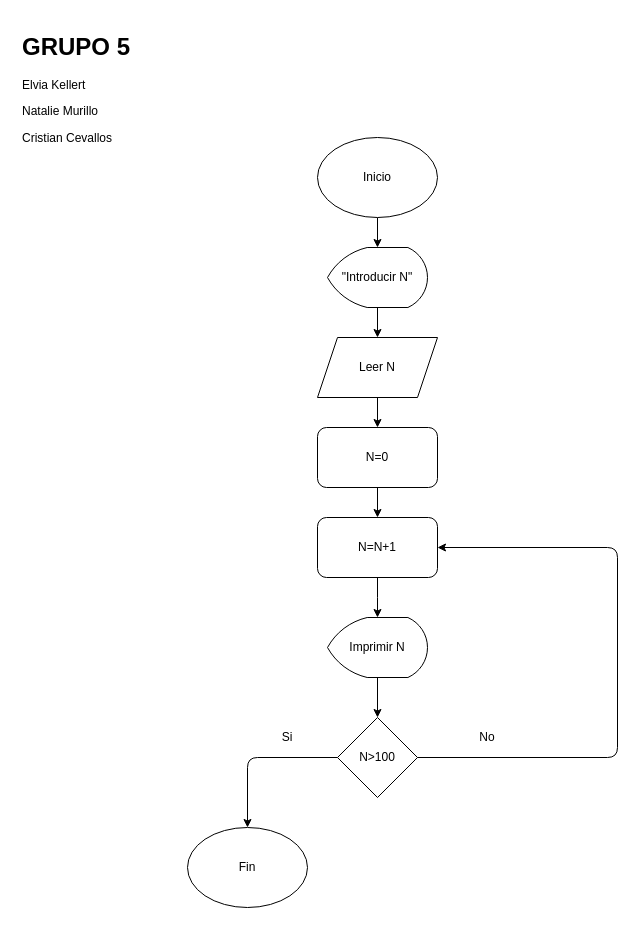
Before: DFGRUPO5.drawio in nataliemurilloa/Diagramadeflujo, a draw.io diagram. Source tidied: cells renumbered, new cells numbered last; positions are measured from the earlier drawing's top-left corner, leaving out a move shared by most shapes. Both pictures are drawn from the tidied source at 100%, with x=0, y=0 at pixel (17, 27).
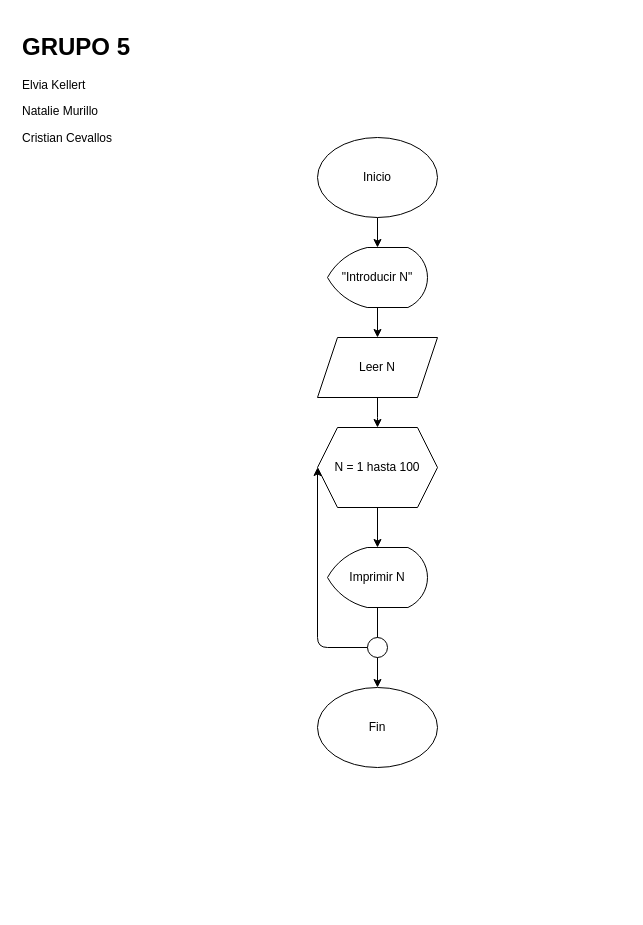
The same diagram, later.

The change refers to these unchanged cells:
```xml
<mxCell id="5" value="Leer N" style="shape=parallelogram;perimeter=parallelogramPerimeter;whiteSpace=wrap;html=1;fixedSize=1;" parent="1" vertex="1">
  <mxGeometry x="300" y="310" width="120" height="60" as="geometry" />
</mxCell>
```

Change to the diagram source:
```diff
@@
-    <mxCell id="4" style="edgeStyle=orthogonalEdgeStyle;rounded=0;jettySize=auto;html=1;" parent="1" edge="1" source="5" target="9">
-      <mxGeometry relative="1" as="geometry" />
+    <mxCell id="4" style="edgeStyle=orthogonalEdgeStyle;rounded=0;jettySize=auto;html=1;" parent="1" edge="1" source="5">
+      <mxGeometry relative="1" as="geometry">
+        <mxPoint x="360" y="400" as="targetPoint" />
+      </mxGeometry>
     </mxCell>
@@
-    <mxCell id="8" style="edgeStyle=orthogonalEdgeStyle;rounded=0;jettySize=auto;html=1;" parent="1" edge="1" source="9" target="11">
-      <mxGeometry relative="1" as="geometry" />
-    </mxCell>
-    <mxCell id="9" value="N=0" style="rounded=1;whiteSpace=wrap;html=1;strokeWidth=1;" parent="1" vertex="1">
-      <mxGeometry x="300" y="400" width="120" height="60" as="geometry" />
-    </mxCell>
-    <mxCell id="10" style="edgeStyle=orthogonalEdgeStyle;rounded=0;jettySize=auto;html=1;" parent="1" edge="1" source="11">
-      <mxGeometry relative="1" as="geometry">
-        <mxPoint x="360" y="590" as="targetPoint" />
-      </mxGeometry>
-    </mxCell>
-    <mxCell id="11" value="N=N+1" style="rounded=1;whiteSpace=wrap;html=1;strokeWidth=1;" parent="1" vertex="1">
-      <mxGeometry x="300" y="490" width="120" height="60" as="geometry" />
-    </mxCell>
-    <mxCell id="12" value="N&amp;gt;100" style="rhombus;whiteSpace=wrap;html=1;strokeWidth=1;" parent="1" vertex="1">
-      <mxGeometry x="320" y="690" width="80" height="80" as="geometry" />
-    </mxCell>
-    <mxCell id="13" style="edgeStyle=orthogonalEdgeStyle;rounded=0;jettySize=auto;html=1;" parent="1" edge="1" source="14" target="12">
-      <mxGeometry relative="1" as="geometry" />
+    <mxCell id="13" style="edgeStyle=orthogonalEdgeStyle;rounded=0;jettySize=auto;html=1;" parent="1" edge="1" source="14">
+      <mxGeometry relative="1" as="geometry">
+        <mxPoint x="360" y="660" as="targetPoint" />
+      </mxGeometry>
     </mxCell>
     <mxCell id="14" value="Imprimir N" style="strokeWidth=1;html=1;shape=mxgraph.flowchart.display;whiteSpace=wrap;" parent="1" vertex="1">
-      <mxGeometry x="310" y="590" width="100" height="60" as="geometry" />
+      <mxGeometry x="310" y="520" width="100" height="60" as="geometry" />
     </mxCell>
-    <mxCell id="15" style="endArrow=classic;html=1;exitX=1;exitY=0.5;exitDx=0;exitDy=0;entryX=1;entryY=0.5;entryDx=0;entryDy=0;" parent="1" edge="1" source="12" target="11">
-      <mxGeometry relative="1" as="geometry">
-        <Array as="points">
-          <mxPoint x="600" y="730" />
-          <mxPoint x="600" y="520" />
-        </Array>
-      </mxGeometry>
-    </mxCell>
-    <mxCell id="16" style="endArrow=classic;html=1;exitX=0;exitY=0.5;exitDx=0;exitDy=0;entryX=0.5;entryY=0;entryDx=0;entryDy=0;" parent="1" edge="1" source="12" target="17">
-      <mxGeometry relative="1" as="geometry">
-        <Array as="points">
-          <mxPoint x="230" y="730" />
-        </Array>
-      </mxGeometry>
-    </mxCell>
     <mxCell id="17" value="Fin" style="ellipse;whiteSpace=wrap;html=1;strokeWidth=1;" parent="1" vertex="1">
-      <mxGeometry x="170" y="800" width="120" height="80" as="geometry" />
+      <mxGeometry x="300" y="660" width="120" height="80" as="geometry" />
     </mxCell>
-    <mxCell id="18" value="No" style="text;html=1;strokeColor=none;fillColor=none;align=center;verticalAlign=middle;whiteSpace=wrap;rounded=0;" parent="1" vertex="1">
-      <mxGeometry x="450" y="700" width="40" height="20" as="geometry" />
-    </mxCell>
-    <mxCell id="19" value="Si" style="text;html=1;strokeColor=none;fillColor=none;align=center;verticalAlign=middle;whiteSpace=wrap;rounded=0;" parent="1" vertex="1">
-      <mxGeometry x="250" y="700" width="40" height="20" as="geometry" />
-    </mxCell>
@@
+    <mxCell id="21" style="edgeStyle=orthogonalEdgeStyle;rounded=0;jettySize=auto;html=1;" parent="1" edge="1" source="22" target="14">
+      <mxGeometry relative="1" as="geometry" />
+    </mxCell>
+    <mxCell id="22" value="N = 1 hasta 100" style="shape=hexagon;perimeter=hexagonPerimeter2;whiteSpace=wrap;html=1;fixedSize=1;" parent="1" vertex="1">
+      <mxGeometry x="300" y="400" width="120" height="80" as="geometry" />
+    </mxCell>
+    <mxCell id="23" style="verticalLabelPosition=bottom;verticalAlign=top;html=1;shape=mxgraph.flowchart.on-page_reference;" parent="1" vertex="1">
+      <mxGeometry x="350" y="610" width="20" height="20" as="geometry" />
+    </mxCell>
+    <mxCell id="24" style="endArrow=classic;html=1;exitX=0;exitY=0.5;exitDx=0;exitDy=0;exitPerimeter=0;entryX=0;entryY=0.5;entryDx=0;entryDy=0;" parent="1" edge="1" source="23" target="22">
+      <mxGeometry relative="1" as="geometry">
+        <Array as="points">
+          <mxPoint x="300" y="620" />
+        </Array>
+      </mxGeometry>
+    </mxCell>
```
